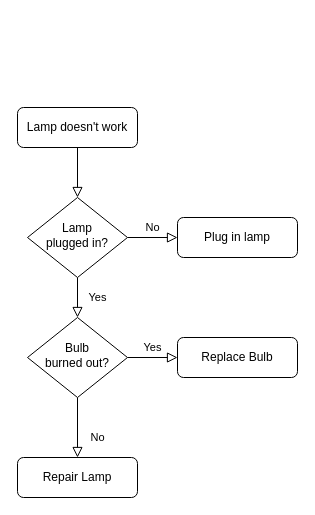
Before: 未命名绘图.drawio in Zeno-sole/drawio-file, a draw.io diagram. Source tidied: cells renumbered, new cells numbered last; positions are measured from the earlier drawing's top-left corner, leaving out a move shared by most shapes. Both pictures are drawn from the tidied source at 100%, with x=0, y=0 at pixel (17, 107).
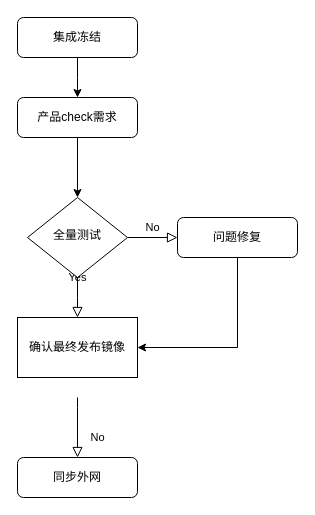
Above is the later version.

What changed in the source:
```diff
@@
 <mxGraphModel>
   <root>
     <mxCell id="0" />
     <mxCell id="1" parent="0" />
-    <mxCell id="2" style="rounded=0;html=1;jettySize=auto;fontSize=11;endArrow=block;endFill=0;endSize=8;strokeWidth=1;shadow=0;labelBackgroundColor=none;edgeStyle=orthogonalEdgeStyle;" parent="1" edge="1" source="3" target="6">
+    <mxCell id="2" style="edgeStyle=orthogonalEdgeStyle;rounded=0;jettySize=auto;html=1;exitX=0.5;exitY=1;exitDx=0;exitDy=0;entryX=0.5;entryY=0;entryDx=0;entryDy=0;" parent="1" edge="1" source="3" target="6">
       <mxGeometry relative="1" as="geometry" />
     </mxCell>
-    <mxCell id="3" value="Lamp doesn't work" style="rounded=1;whiteSpace=wrap;html=1;fontSize=12;glass=0;strokeWidth=1;shadow=0;" parent="1" vertex="1">
-      <mxGeometry width="120" height="40" as="geometry" />
+    <mxCell id="3" value="产品check需求" style="rounded=1;whiteSpace=wrap;html=1;fontSize=12;glass=0;strokeWidth=1;shadow=0;" parent="1" vertex="1">
+      <mxGeometry y="-10" width="120" height="40" as="geometry" />
     </mxCell>
-    <mxCell id="4" value="Yes" style="rounded=0;html=1;jettySize=auto;fontSize=11;endArrow=block;endFill=0;endSize=8;strokeWidth=1;shadow=0;labelBackgroundColor=none;edgeStyle=orthogonalEdgeStyle;" parent="1" edge="1" source="6" target="10">
-      <mxGeometry y="20" relative="1" as="geometry" />
+    <mxCell id="4" value="Yes" style="rounded=0;html=1;jettySize=auto;fontSize=11;endArrow=block;endFill=0;endSize=8;strokeWidth=1;shadow=0;labelBackgroundColor=none;edgeStyle=orthogonalEdgeStyle;" parent="1" edge="1" source="6">
+      <mxGeometry y="20" relative="1" as="geometry">
+        <mxPoint x="60" y="210" as="targetPoint" />
+      </mxGeometry>
     </mxCell>
     <mxCell id="5" value="No" style="edgeStyle=orthogonalEdgeStyle;rounded=0;html=1;jettySize=auto;fontSize=11;endArrow=block;endFill=0;endSize=8;strokeWidth=1;shadow=0;labelBackgroundColor=none;" parent="1" edge="1" source="6" target="7">
       <mxGeometry y="10" relative="1" as="geometry" />
     </mxCell>
-    <mxCell id="6" value="Lamp&lt;br&gt;plugged in?" style="rhombus;whiteSpace=wrap;html=1;shadow=0;fontFamily=Helvetica;fontSize=12;align=center;strokeWidth=1;spacing=6;spacingTop=-4;" parent="1" vertex="1">
+    <mxCell id="6" value="全量测试" style="rhombus;whiteSpace=wrap;html=1;shadow=0;fontFamily=Helvetica;fontSize=12;align=center;strokeWidth=1;spacing=6;spacingTop=-4;" parent="1" vertex="1">
       <mxGeometry x="10" y="90" width="100" height="80" as="geometry" />
     </mxCell>
+    <mxCell id="13" style="edgeStyle=orthogonalEdgeStyle;rounded=0;jettySize=auto;html=1;exitX=0.5;exitY=1;exitDx=0;exitDy=0;entryX=1;entryY=0.5;entryDx=0;entryDy=0;" parent="1" edge="1" source="7" target="14">
+      <mxGeometry relative="1" as="geometry" />
+    </mxCell>
-    <mxCell id="7" value="Plug in lamp" style="rounded=1;whiteSpace=wrap;html=1;fontSize=12;glass=0;strokeWidth=1;shadow=0;" parent="1" vertex="1">
+    <mxCell id="7" value="问题修复" style="rounded=1;whiteSpace=wrap;html=1;fontSize=12;glass=0;strokeWidth=1;shadow=0;" parent="1" vertex="1">
       <mxGeometry x="160" y="110" width="120" height="40" as="geometry" />
     </mxCell>
+    <mxCell id="11" value="同步外网" style="rounded=1;whiteSpace=wrap;html=1;fontSize=12;glass=0;strokeWidth=1;shadow=0;" parent="1" vertex="1">
+      <mxGeometry y="350" width="120" height="40" as="geometry" />
+    </mxCell>
+    <mxCell id="14" value="确认最终发布镜像" style="whiteSpace=wrap;html=1;" parent="1" vertex="1">
+      <mxGeometry y="210" width="120" height="60" as="geometry" />
+    </mxCell>
+    <mxCell id="15" style="edgeStyle=orthogonalEdgeStyle;rounded=0;jettySize=auto;html=1;exitX=0.5;exitY=1;exitDx=0;exitDy=0;" parent="1" edge="1" source="16">
+      <mxGeometry relative="1" as="geometry">
+        <mxPoint x="60" y="-10" as="targetPoint" />
+      </mxGeometry>
+    </mxCell>
+    <mxCell id="16" value="集成冻结" style="rounded=1;whiteSpace=wrap;html=1;fontSize=12;glass=0;strokeWidth=1;shadow=0;" parent="1" vertex="1">
+      <mxGeometry y="-90" width="120" height="40" as="geometry" />
+    </mxCell>
-    <mxCell id="8" value="No" style="rounded=0;html=1;jettySize=auto;fontSize=11;endArrow=block;endFill=0;endSize=8;strokeWidth=1;shadow=0;labelBackgroundColor=none;edgeStyle=orthogonalEdgeStyle;" parent="1" edge="1" source="10" target="11">
-      <mxGeometry x="0.33" y="20" relative="1" as="geometry" />
+    <mxCell id="8" value="No" style="rounded=0;html=1;jettySize=auto;orthogonalLoop=1;fontSize=11;endArrow=block;endFill=0;endSize=8;strokeWidth=1;shadow=0;labelBackgroundColor=none;edgeStyle=orthogonalEdgeStyle;" parent="1" edge="1">
+      <mxGeometry x="0.33" y="20" relative="1" as="geometry">
+        <mxPoint x="60" y="290" as="sourcePoint" />
+        <mxPoint x="60" y="350" as="targetPoint" />
+        <Array as="points">
+          <mxPoint x="60" y="300" />
+          <mxPoint x="60" y="300" />
+        </Array>
+      </mxGeometry>
     </mxCell>
-    <mxCell id="9" value="Yes" style="edgeStyle=orthogonalEdgeStyle;rounded=0;html=1;jettySize=auto;fontSize=11;endArrow=block;endFill=0;endSize=8;strokeWidth=1;shadow=0;labelBackgroundColor=none;" parent="1" edge="1" source="10" target="12">
-      <mxGeometry y="10" relative="1" as="geometry" />
-    </mxCell>
-    <mxCell id="10" value="Bulb&lt;br&gt;burned out?" style="rhombus;whiteSpace=wrap;html=1;shadow=0;fontFamily=Helvetica;fontSize=12;align=center;strokeWidth=1;spacing=6;spacingTop=-4;" parent="1" vertex="1">
-      <mxGeometry x="10" y="210" width="100" height="80" as="geometry" />
-    </mxCell>
-    <mxCell id="11" value="Repair Lamp" style="rounded=1;whiteSpace=wrap;html=1;fontSize=12;glass=0;strokeWidth=1;shadow=0;" parent="1" vertex="1">
-      <mxGeometry y="350" width="120" height="40" as="geometry" />
-    </mxCell>
-    <mxCell id="12" value="Replace Bulb" style="rounded=1;whiteSpace=wrap;html=1;fontSize=12;glass=0;strokeWidth=1;shadow=0;" parent="1" vertex="1">
-      <mxGeometry x="160" y="230" width="120" height="40" as="geometry" />
-    </mxCell>
   </root>
 </mxGraphModel>
```
